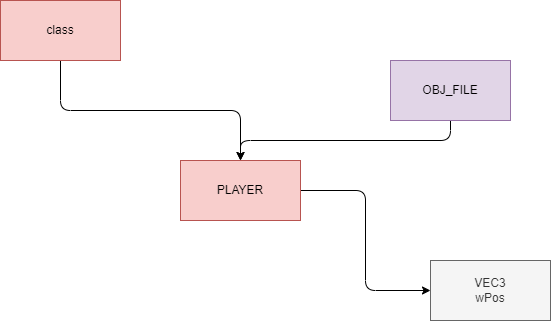
Earlier version of the draw.io export drawio/files/player/h.drawio.png (Tanso-mct/GLPA). Source tidied: cells renumbered, new cells last; positions are measured from the earlier drawing's top-left corner, leaving out a move shared by most shapes.
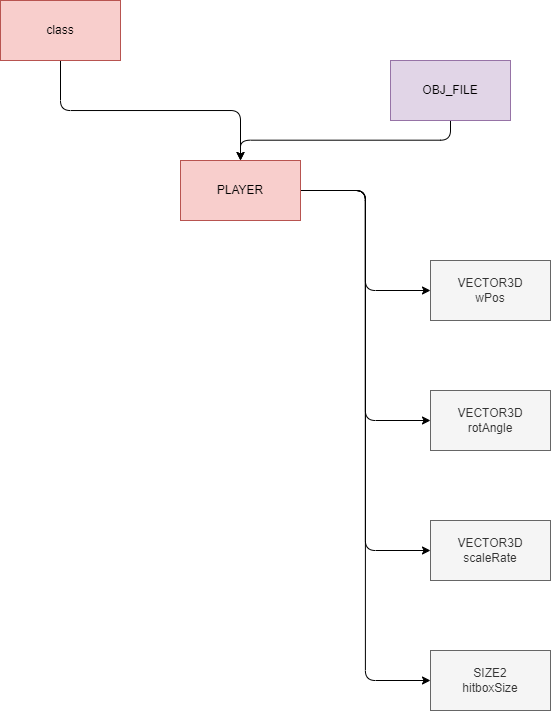
After the change.

What changed in the source:
```diff
@@ -11,10 +11,19 @@
     <mxCell id="4" style="edgeStyle=elbowEdgeStyle;html=1;fontFamily=Helvetica;fontSize=12;fontColor=#333333;" parent="1" edge="1" source="5" target="6">
       <mxGeometry relative="1" as="geometry" />
     </mxCell>
+    <mxCell id="9" style="edgeStyle=elbowEdgeStyle;html=1;" parent="1" edge="1" source="5" target="12">
+      <mxGeometry relative="1" as="geometry" />
+    </mxCell>
+    <mxCell id="10" style="edgeStyle=elbowEdgeStyle;html=1;" parent="1" edge="1" source="5" target="13">
+      <mxGeometry relative="1" as="geometry" />
+    </mxCell>
+    <mxCell id="11" style="edgeStyle=elbowEdgeStyle;html=1;" parent="1" edge="1" source="5" target="14">
+      <mxGeometry relative="1" as="geometry" />
+    </mxCell>
     <mxCell id="5" value="PLAYER" style="whiteSpace=wrap;html=1;strokeColor=#b85450;fontFamily=Helvetica;fontSize=12;fillColor=#f8cecc;" parent="1" vertex="1">
       <mxGeometry x="180" y="160" width="120" height="60" as="geometry" />
     </mxCell>
-    <mxCell id="6" value="VEC3&lt;br&gt;wPos" style="whiteSpace=wrap;html=1;strokeColor=#666666;fontFamily=Helvetica;fontSize=12;fontColor=#333333;fillColor=#f5f5f5;" parent="1" vertex="1">
+    <mxCell id="6" value="VECTOR3D&lt;br&gt;wPos" style="whiteSpace=wrap;html=1;strokeColor=#666666;fontFamily=Helvetica;fontSize=12;fontColor=#333333;fillColor=#f5f5f5;" parent="1" vertex="1">
       <mxGeometry x="430" y="260" width="120" height="60" as="geometry" />
     </mxCell>
     <mxCell id="7" style="edgeStyle=elbowEdgeStyle;html=1;elbow=vertical;" parent="1" edge="1" source="8" target="5">
@@ -23,5 +32,14 @@
     <mxCell id="8" value="OBJ_FILE" style="whiteSpace=wrap;html=1;fillColor=#e1d5e7;strokeColor=#9673a6;" parent="1" vertex="1">
       <mxGeometry x="390" y="60" width="120" height="60" as="geometry" />
     </mxCell>
+    <mxCell id="12" value="VECTOR3D&lt;br&gt;rotAngle" style="whiteSpace=wrap;html=1;strokeColor=#666666;fontFamily=Helvetica;fontSize=12;fontColor=#333333;fillColor=#f5f5f5;" parent="1" vertex="1">
+      <mxGeometry x="430" y="390" width="120" height="60" as="geometry" />
+    </mxCell>
+    <mxCell id="13" value="VECTOR3D&lt;br&gt;scaleRate" style="whiteSpace=wrap;html=1;strokeColor=#666666;fontFamily=Helvetica;fontSize=12;fontColor=#333333;fillColor=#f5f5f5;" parent="1" vertex="1">
+      <mxGeometry x="430" y="520" width="120" height="60" as="geometry" />
+    </mxCell>
+    <mxCell id="14" value="SIZE2&lt;br&gt;hitboxSize" style="whiteSpace=wrap;html=1;strokeColor=#666666;fontFamily=Helvetica;fontSize=12;fontColor=#333333;fillColor=#f5f5f5;" parent="1" vertex="1">
+      <mxGeometry x="430" y="650" width="120" height="60" as="geometry" />
+    </mxCell>
   </root>
 </mxGraphModel>
```
